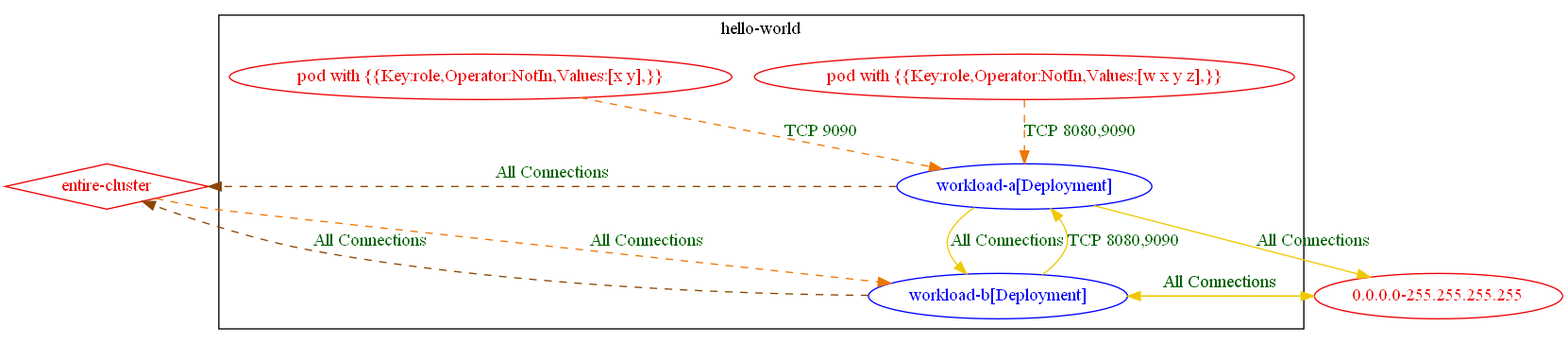
The Graphviz diagram test_outputs/connlist/exposure_test_exposure_with_different_rules_4_connlist_output.dot.png in np-guard/netpol-analyzer, before a commit. Its source is kept beside it as test_outputs/connlist/exposure_test_exposure_with_different_rules_4_connlist_output.dot.
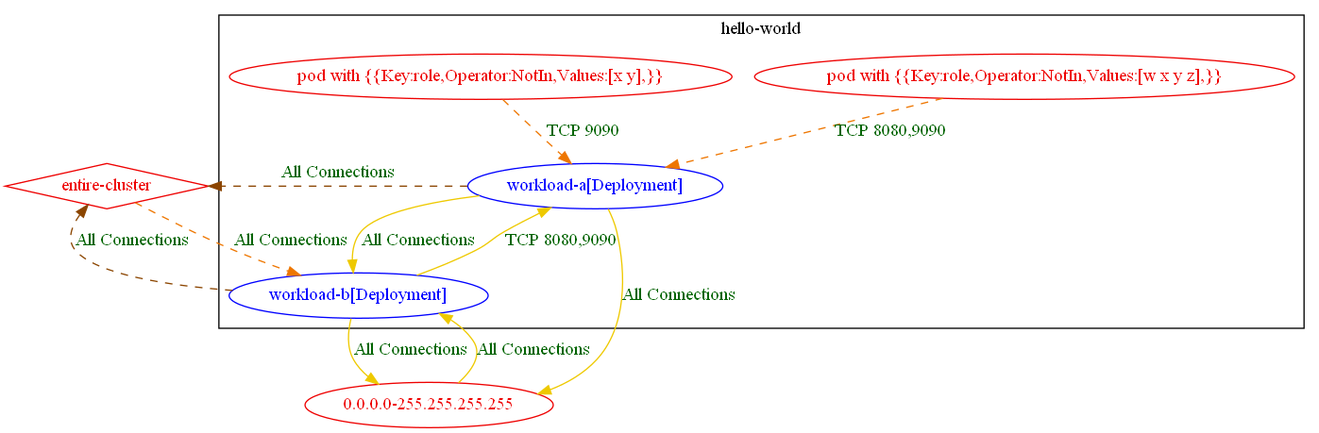
Later version of the same file.

What changed in the source:
```diff
@@ -10,14 +10,14 @@
 	}
 	"0.0.0.0-255.255.255.255" [label="0.0.0.0-255.255.255.255" color="red2" fontcolor="red2"]
 	"entire-cluster" [label="entire-cluster" color="red2" fontcolor="red2" shape=diamond]
-	"0.0.0.0-255.255.255.255" -> "hello-world/workload-b[Deployment]" [label="All Connections" color="gold2" fontcolor="darkgreen"]
+	"0.0.0.0-255.255.255.255" -> "hello-world/workload-b[Deployment]" [label="All Connections" color="gold2" fontcolor="darkgreen" weight=0.5]
 	"entire-cluster" -> "hello-world/workload-b[Deployment]" [label="All Connections" color="darkorange2" fontcolor="darkgreen" weight=1 style=dashed]
-	"hello-world/workload-a[Deployment]" -> "0.0.0.0-255.255.255.255" [label="All Connections" color="gold2" fontcolor="darkgreen"]
+	"hello-world/workload-a[Deployment]" -> "0.0.0.0-255.255.255.255" [label="All Connections" color="gold2" fontcolor="darkgreen" weight=1]
 	"hello-world/workload-a[Deployment]" -> "entire-cluster" [label="All Connections" color="darkorange4" fontcolor="darkgreen" weight=0.5 style=dashed]
-	"hello-world/workload-a[Deployment]" -> "hello-world/workload-b[Deployment]" [label="All Connections" color="gold2" fontcolor="darkgreen"]
-	"hello-world/workload-b[Deployment]" -> "0.0.0.0-255.255.255.255" [label="All Connections" color="gold2" fontcolor="darkgreen"]
+	"hello-world/workload-a[Deployment]" -> "hello-world/workload-b[Deployment]" [label="All Connections" color="gold2" fontcolor="darkgreen" weight=0.5]
+	"hello-world/workload-b[Deployment]" -> "0.0.0.0-255.255.255.255" [label="All Connections" color="gold2" fontcolor="darkgreen" weight=1]
 	"hello-world/workload-b[Deployment]" -> "entire-cluster" [label="All Connections" color="darkorange4" fontcolor="darkgreen" weight=0.5 style=dashed]
-	"hello-world/workload-b[Deployment]" -> "hello-world/workload-a[Deployment]" [label="TCP 8080,9090" color="gold2" fontcolor="darkgreen"]
+	"hello-world/workload-b[Deployment]" -> "hello-world/workload-a[Deployment]" [label="TCP 8080,9090" color="gold2" fontcolor="darkgreen" weight=1]
 	"pod with {{Key:role,Operator:NotIn,Values:[w x y z],}}_in_hello-world" -> "hello-world/workload-a[Deployment]" [label="TCP 8080,9090" color="darkorange2" fontcolor="darkgreen" weight=1 style=dashed]
 	"pod with {{Key:role,Operator:NotIn,Values:[x y],}}_in_hello-world" -> "hello-world/workload-a[Deployment]" [label="TCP 9090" color="darkorange2" fontcolor="darkgreen" weight=1 style=dashed]
 }
```
